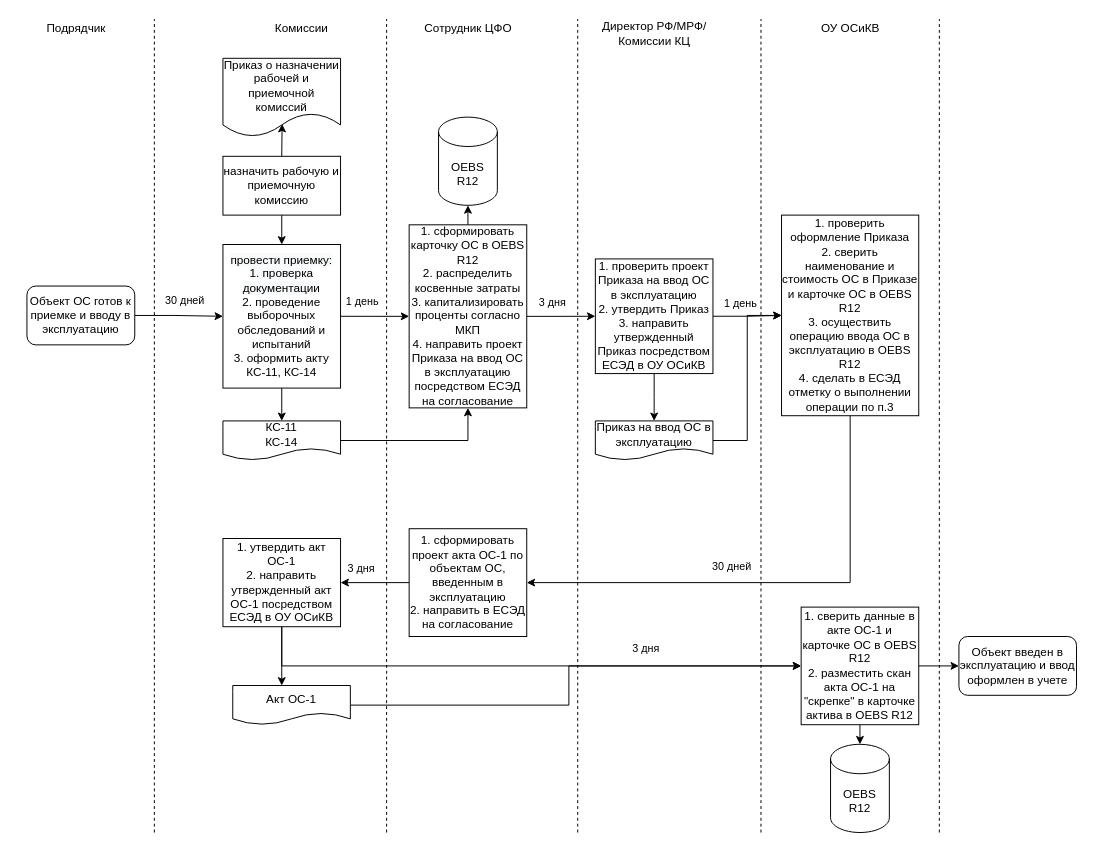
Earlier version of the draw.io diagram page "Page-1" (1 of 2) of Untitled Diagram.drawio (samanna27/test). Source tidied: cells renumbered, new cells numbered last; positions are measured from the earlier drawing's top-left corner, leaving out a move shared by most shapes. Both pictures are drawn from the tidied source at 98%, with x=0, y=0 at pixel (26, 19).
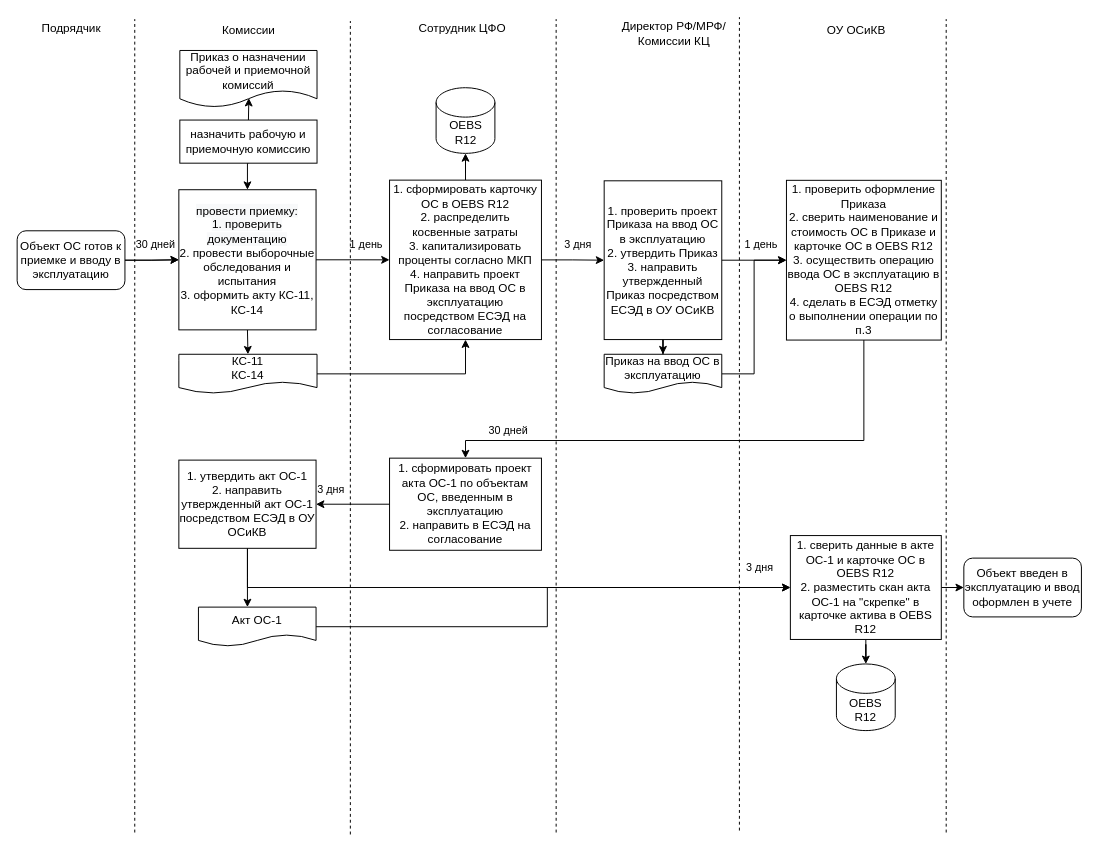
After the change.

Diff of the diagram source:
```diff
@@
+    <mxCell id="46" style="edgeStyle=orthogonalEdgeStyle;rounded=0;jettySize=auto;html=1;" parent="1" edge="1" source="3" target="8">
+      <mxGeometry relative="1" as="geometry" />
+    </mxCell>
-    <mxCell id="2" value="30 дней" style="edgeStyle=orthogonalEdgeStyle;rounded=0;jettySize=auto;html=1;entryX=0;entryY=0.5;entryDx=0;entryDy=0;exitX=1;exitY=0.5;exitDx=0;exitDy=0;" parent="1" edge="1" source="3" target="8">
-      <mxGeometry x="0.11" y="16" relative="1" as="geometry">
-        <Array as="points">
-          <mxPoint x="150" y="302" />
-        </Array>
-        <mxPoint x="1" as="offset" />
-      </mxGeometry>
+    <mxCell id="2" value="30 дней" style="edgeStyle=orthogonalEdgeStyle;rounded=0;jettySize=auto;html=1;" parent="1" edge="1" source="3" target="8">
+      <mxGeometry x="0.12" y="16" relative="1" as="geometry" />
     </mxCell>
     <mxCell id="3" value="Объект ОС готов к приемке и вводу в эксплуатацию" style="rounded=1;whiteSpace=wrap;html=1;" parent="1" vertex="1">
-      <mxGeometry y="272.4" width="110" height="60" as="geometry" />
+      <mxGeometry x="-10" y="216" width="110" height="60" as="geometry" />
     </mxCell>
@@
     <mxCell id="6" value="назначить рабочую и приемочную комиссию" style="rounded=0;whiteSpace=wrap;html=1;" parent="1" vertex="1">
-      <mxGeometry x="200" y="140" width="120" height="60" as="geometry" />
+      <mxGeometry x="156" y="103" width="140" height="44" as="geometry" />
     </mxCell>
@@
-    <mxCell id="8" value="&lt;span style=&quot;color: rgb(0 , 0 , 0) ; font-family: &amp;#34;helvetica&amp;#34; ; font-size: 12px ; font-style: normal ; font-weight: 400 ; letter-spacing: normal ; text-align: center ; text-indent: 0px ; text-transform: none ; word-spacing: 0px ; background-color: rgb(248 , 249 , 250) ; display: inline ; float: none&quot;&gt;провести приемку: &lt;br&gt;1. проверка документации&lt;br&gt;&lt;/span&gt;2. проведение выборочных обследований и испытаний&lt;br&gt;3. оформить акту КС-11, КС-14" style="rounded=0;whiteSpace=wrap;html=1;" parent="1" vertex="1">
-      <mxGeometry x="200" y="230" width="120" height="146.5" as="geometry" />
+    <mxCell id="8" value="&lt;span style=&quot;color: rgb(0 , 0 , 0) ; font-family: &amp;#34;helvetica&amp;#34; ; font-size: 12px ; font-style: normal ; font-weight: 400 ; letter-spacing: normal ; text-align: center ; text-indent: 0px ; text-transform: none ; word-spacing: 0px ; background-color: rgb(248 , 249 , 250) ; display: inline ; float: none&quot;&gt;провести приемку: &lt;br&gt;1. проверить документацию&lt;br&gt;&lt;/span&gt;2. провести выборочные обследования и испытания&lt;br&gt;3. оформить акту КС-11, КС-14" style="rounded=0;whiteSpace=wrap;html=1;" parent="1" vertex="1">
+      <mxGeometry x="155" y="174.1" width="140" height="143" as="geometry" />
     </mxCell>
     <mxCell id="9" value="Приказ о назначении рабочей и приемочной комиссий" style="shape=document;whiteSpace=wrap;html=1;boundedLbl=1;" parent="1" vertex="1">
-      <mxGeometry x="200" y="40" width="120" height="80" as="geometry" />
+      <mxGeometry x="156" y="32" width="140" height="58" as="geometry" />
     </mxCell>
@@
     <mxCell id="11" value="КС-11&lt;br&gt;КС-14" style="shape=document;whiteSpace=wrap;html=1;boundedLbl=1;" parent="1" vertex="1">
-      <mxGeometry x="200" y="410" width="120" height="40" as="geometry" />
+      <mxGeometry x="155" y="342" width="141" height="40" as="geometry" />
     </mxCell>
     <mxCell id="12" value="1 день" style="edgeStyle=orthogonalEdgeStyle;rounded=0;jettySize=auto;html=1;exitX=1;exitY=0.5;exitDx=0;exitDy=0;entryX=0;entryY=0.5;entryDx=0;entryDy=0;" parent="1" edge="1" source="8" target="15">
-      <mxGeometry x="-0.37" y="15" relative="1" as="geometry" />
+      <mxGeometry x="0.35" y="16" relative="1" as="geometry" />
     </mxCell>
-    <mxCell id="13" style="edgeStyle=orthogonalEdgeStyle;rounded=0;jettySize=auto;html=1;exitX=0.5;exitY=0;exitDx=0;exitDy=0;" parent="1" edge="1" source="15">
-      <mxGeometry relative="1" as="geometry">
-        <mxPoint x="450" y="190" as="targetPoint" />
-      </mxGeometry>
-    </mxCell>
     <mxCell id="14" value="3 дня" style="edgeStyle=orthogonalEdgeStyle;rounded=0;jettySize=auto;html=1;entryX=0;entryY=0.5;entryDx=0;entryDy=0;" parent="1" edge="1" source="15" target="19">
-      <mxGeometry x="-0.26" y="14" relative="1" as="geometry" />
+      <mxGeometry x="0.13" y="16" relative="1" as="geometry">
+        <mxPoint x="1" as="offset" />
+      </mxGeometry>
     </mxCell>
+    <mxCell id="47" style="edgeStyle=orthogonalEdgeStyle;rounded=0;jettySize=auto;html=1;entryX=0.5;entryY=1;entryDx=0;entryDy=0;entryPerimeter=0;" parent="1" edge="1" source="15" target="16">
+      <mxGeometry relative="1" as="geometry" />
+    </mxCell>
     <mxCell id="15" value="1. сформировать карточку ОС в OEBS R12&lt;br&gt;2. распределить косвенные затраты&lt;br&gt;3. капитализировать проценты согласно МКП&lt;br&gt;4. направить проект Приказа на ввод ОС в эксплуатацию посредством ЕСЭД на согласование" style="rounded=0;whiteSpace=wrap;html=1;" parent="1" vertex="1">
-      <mxGeometry x="390" y="209.9" width="120" height="186.8" as="geometry" />
+      <mxGeometry x="370" y="164.3" width="155" height="162.7" as="geometry" />
     </mxCell>
     <mxCell id="16" value="OEBS R12" style="shape=cylinder3;whiteSpace=wrap;html=1;boundedLbl=1;backgroundOutline=1;size=15;" parent="1" vertex="1">
-      <mxGeometry x="420" y="100" width="60" height="90" as="geometry" />
+      <mxGeometry x="417.5" y="70" width="60" height="67" as="geometry" />
     </mxCell>
-    <mxCell id="17" style="edgeStyle=orthogonalEdgeStyle;rounded=0;jettySize=auto;html=1;entryX=0.5;entryY=0;entryDx=0;entryDy=0;" parent="1" edge="1" source="19">
-      <mxGeometry relative="1" as="geometry">
-        <mxPoint x="640" y="410" as="targetPoint" />
-      </mxGeometry>
-    </mxCell>
     <mxCell id="18" value="1 день" style="edgeStyle=orthogonalEdgeStyle;rounded=0;jettySize=auto;html=1;entryX=0;entryY=0.5;entryDx=0;entryDy=0;" parent="1" edge="1" source="19" target="27">
-      <mxGeometry x="-0.21" y="13" relative="1" as="geometry" />
+      <mxGeometry x="0.24" y="16" relative="1" as="geometry">
+        <mxPoint x="-1" as="offset" />
+      </mxGeometry>
     </mxCell>
+    <mxCell id="48" style="edgeStyle=orthogonalEdgeStyle;rounded=0;jettySize=auto;html=1;" parent="1" edge="1" source="19" target="21">
+      <mxGeometry relative="1" as="geometry" />
+    </mxCell>
     <mxCell id="19" value="1. проверить проект Приказа на ввод ОС в эксплуатацию&lt;br&gt;2. утвердить Приказ&lt;br&gt;3. направить утвержденный Приказ посредством ЕСЭД в ОУ ОСиКВ" style="rounded=0;whiteSpace=wrap;html=1;" parent="1" vertex="1">
-      <mxGeometry x="580" y="244.7" width="120" height="117" as="geometry" />
+      <mxGeometry x="589" y="165" width="120" height="162" as="geometry" />
     </mxCell>
@@
     <mxCell id="21" value="Приказ на ввод ОС в эксплуатацию" style="shape=document;whiteSpace=wrap;html=1;boundedLbl=1;" parent="1" vertex="1">
-      <mxGeometry x="580" y="410" width="120" height="40" as="geometry" />
+      <mxGeometry x="589" y="342" width="120" height="40" as="geometry" />
     </mxCell>
     <mxCell id="22" value="Подрядчик" style="text;html=1;align=center;verticalAlign=middle;fillColor=none;strokeColor=none;rounded=0;" parent="1" vertex="1">
-      <mxGeometry x="10" width="80" height="20" as="geometry" />
+      <mxGeometry x="5" width="80" height="20" as="geometry" />
     </mxCell>
     <mxCell id="23" value="Комиссии" style="text;html=1;align=center;verticalAlign=middle;fillColor=none;strokeColor=none;rounded=0;" parent="1" vertex="1">
-      <mxGeometry x="245" width="70" height="20" as="geometry" />
+      <mxGeometry x="191" y="2" width="70" height="20" as="geometry" />
     </mxCell>
     <mxCell id="24" value="Сотрудник ЦФО" style="text;html=1;align=center;verticalAlign=middle;fillColor=none;strokeColor=none;rounded=0;" parent="1" vertex="1">
-      <mxGeometry x="400" width="100" height="20" as="geometry" />
+      <mxGeometry x="393.5" width="100" height="20" as="geometry" />
     </mxCell>
     <mxCell id="25" value="Директор РФ/МРФ/ &lt;br&gt;Комиссии КЦ" style="text;html=1;align=center;verticalAlign=middle;fillColor=none;strokeColor=none;rounded=0;" parent="1" vertex="1">
-      <mxGeometry x="580" width="120" height="30" as="geometry" />
+      <mxGeometry x="600" width="120" height="30" as="geometry" />
     </mxCell>
-    <mxCell id="26" value="30 дней" style="edgeStyle=orthogonalEdgeStyle;rounded=0;jettySize=auto;html=1;exitX=0.5;exitY=1;exitDx=0;exitDy=0;entryX=1;entryY=0.5;entryDx=0;entryDy=0;" parent="1" edge="1" source="27" target="30">
-      <mxGeometry x="0.16" y="-16" relative="1" as="geometry">
-        <mxPoint x="-1" as="offset" />
+    <mxCell id="26" value="30 дней" style="edgeStyle=orthogonalEdgeStyle;rounded=0;jettySize=auto;html=1;exitX=0.5;exitY=1;exitDx=0;exitDy=0;entryX=0.5;entryY=0;entryDx=0;entryDy=0;" parent="1" edge="1" source="27" target="30">
+      <mxGeometry x="0.77" y="-10" relative="1" as="geometry">
+        <Array as="points">
+          <mxPoint x="854" y="430" />
+          <mxPoint x="447" y="430" />
+        </Array>
       </mxGeometry>
     </mxCell>
     <mxCell id="27" value="1. проверить оформление Приказа&lt;br&gt;2. сверить наименование и стоимость ОС в Приказе и карточке ОС в OEBS R12&lt;br&gt;3. осуществить операцию ввода ОС в эксплуатацию в OEBS R12&lt;br&gt;4. сделать в ЕСЭД отметку о выполнении операции по п.3" style="rounded=0;whiteSpace=wrap;html=1;" parent="1" vertex="1">
-      <mxGeometry x="770" y="200" width="140" height="204.7" as="geometry" />
+      <mxGeometry x="775" y="164.5" width="158" height="163" as="geometry" />
     </mxCell>
     <mxCell id="28" value="ОУ ОСиКВ" style="text;html=1;align=center;verticalAlign=middle;fillColor=none;strokeColor=none;rounded=0;" parent="1" vertex="1">
-      <mxGeometry x="800" width="80" height="20" as="geometry" />
+      <mxGeometry x="806" y="2" width="80" height="20" as="geometry" />
     </mxCell>
     <mxCell id="29" value="3 дня" style="edgeStyle=orthogonalEdgeStyle;rounded=0;jettySize=auto;html=1;" parent="1" edge="1" source="30" target="33">
-      <mxGeometry x="0.43" y="-14" relative="1" as="geometry">
-        <mxPoint x="1" as="offset" />
-      </mxGeometry>
+      <mxGeometry x="0.6" y="-15" relative="1" as="geometry" />
     </mxCell>
     <mxCell id="30" value="1. сформировать проект акта ОС-1 по объектам ОС, введенным в эксплуатацию&lt;br&gt;2. направить в ЕСЭД на согласование" style="rounded=0;whiteSpace=wrap;html=1;" parent="1" vertex="1">
-      <mxGeometry x="390" y="520" width="120" height="110" as="geometry" />
+      <mxGeometry x="370" y="448" width="155" height="94" as="geometry" />
     </mxCell>
     <mxCell id="31" style="edgeStyle=orthogonalEdgeStyle;rounded=0;jettySize=auto;html=1;exitX=0.5;exitY=1;exitDx=0;exitDy=0;entryX=0.5;entryY=0;entryDx=0;entryDy=0;" parent="1" edge="1" source="33">
       <mxGeometry relative="1" as="geometry">
-        <mxPoint x="260" y="680" as="targetPoint" />
+        <mxPoint x="225" y="600" as="targetPoint" />
       </mxGeometry>
     </mxCell>
     <mxCell id="32" value="3 дня&amp;nbsp;" style="edgeStyle=orthogonalEdgeStyle;rounded=0;jettySize=auto;html=1;entryX=0;entryY=0.5;entryDx=0;entryDy=0;exitX=0.5;exitY=1;exitDx=0;exitDy=0;exitPerimeter=0;" parent="1" edge="1" source="33" target="38">
-      <mxGeometry x="0.45" y="18" relative="1" as="geometry" />
+      <mxGeometry x="0.9" y="20" relative="1" as="geometry" />
     </mxCell>
     <mxCell id="33" value="1. утвердить акт ОС-1&lt;br&gt;2. направить утвержденный акт ОС-1 посредством ЕСЭД в ОУ ОСиКВ" style="rounded=0;whiteSpace=wrap;html=1;" parent="1" vertex="1">
-      <mxGeometry x="200" y="530" width="120" height="90" as="geometry" />
+      <mxGeometry x="155" y="450" width="140" height="90" as="geometry" />
     </mxCell>
     <mxCell id="34" style="edgeStyle=orthogonalEdgeStyle;rounded=0;jettySize=auto;html=1;entryX=0;entryY=0.5;entryDx=0;entryDy=0;" parent="1" edge="1" source="35" target="38">
       <mxGeometry relative="1" as="geometry">
         <Array as="points">
-          <mxPoint x="553" y="700" />
-          <mxPoint x="553" y="660" />
+          <mxPoint x="531" y="620" />
+          <mxPoint x="531" y="580" />
         </Array>
       </mxGeometry>
     </mxCell>
     <mxCell id="35" value="Акт ОС-1" style="shape=document;whiteSpace=wrap;html=1;boundedLbl=1;" parent="1" vertex="1">
-      <mxGeometry x="210" y="680" width="120" height="40" as="geometry" />
+      <mxGeometry x="175" y="600" width="120" height="40" as="geometry" />
     </mxCell>
-    <mxCell id="36" style="edgeStyle=orthogonalEdgeStyle;rounded=0;jettySize=auto;html=1;entryX=0.5;entryY=0;entryDx=0;entryDy=0;entryPerimeter=0;" parent="1" edge="1" source="38">
-      <mxGeometry relative="1" as="geometry">
-        <mxPoint x="850" y="740" as="targetPoint" />
-      </mxGeometry>
-    </mxCell>
@@
+    <mxCell id="49" style="edgeStyle=orthogonalEdgeStyle;rounded=0;jettySize=auto;html=1;" parent="1" edge="1" source="38" target="39">
+      <mxGeometry relative="1" as="geometry" />
+    </mxCell>
     <mxCell id="38" value="1. сверить данные в акте ОС-1 и карточке ОС в OEBS R12&lt;br&gt;2. разместить скан акта ОС-1 на &quot;скрепке&quot; в карточке актива в OEBS R12" style="rounded=0;whiteSpace=wrap;html=1;" parent="1" vertex="1">
-      <mxGeometry x="790" y="600" width="120" height="120" as="geometry" />
+      <mxGeometry x="779" y="527" width="154" height="106" as="geometry" />
     </mxCell>
     <mxCell id="39" value="OEBS R12" style="shape=cylinder3;whiteSpace=wrap;html=1;boundedLbl=1;backgroundOutline=1;size=15;" parent="1" vertex="1">
-      <mxGeometry x="820" y="740" width="60" height="90" as="geometry" />
+      <mxGeometry x="826" y="658" width="60" height="68" as="geometry" />
     </mxCell>
     <mxCell id="40" style="endArrow=none;dashed=1;html=1;" parent="1" edge="1">
       <mxGeometry relative="1" as="geometry">
-        <mxPoint x="130" y="830" as="sourcePoint" />
-        <mxPoint x="130" as="targetPoint" />
+        <mxPoint x="110" y="830" as="sourcePoint" />
+        <mxPoint x="110" as="targetPoint" />
       </mxGeometry>
     </mxCell>
     <mxCell id="41" style="endArrow=none;dashed=1;html=1;" parent="1" edge="1">
       <mxGeometry relative="1" as="geometry">
-        <mxPoint x="367" y="830" as="sourcePoint" />
-        <mxPoint x="367" as="targetPoint" />
+        <mxPoint x="330" y="832" as="sourcePoint" />
+        <mxPoint x="330" y="2" as="targetPoint" />
       </mxGeometry>
     </mxCell>
     <mxCell id="42" style="endArrow=none;dashed=1;html=1;" parent="1" edge="1">
       <mxGeometry relative="1" as="geometry">
-        <mxPoint x="562" y="830" as="sourcePoint" />
-        <mxPoint x="562" as="targetPoint" />
+        <mxPoint x="540" y="830" as="sourcePoint" />
+        <mxPoint x="540" as="targetPoint" />
       </mxGeometry>
     </mxCell>
     <mxCell id="43" style="endArrow=none;dashed=1;html=1;" parent="1" edge="1">
       <mxGeometry relative="1" as="geometry">
-        <mxPoint x="749" y="830" as="sourcePoint" />
-        <mxPoint x="749" as="targetPoint" />
+        <mxPoint x="727" y="828" as="sourcePoint" />
+        <mxPoint x="727" y="-2" as="targetPoint" />
       </mxGeometry>
     </mxCell>
     <mxCell id="44" value="Объект введен в эксплуатацию и ввод оформлен в учете" style="rounded=1;whiteSpace=wrap;html=1;" parent="1" vertex="1">
-      <mxGeometry x="951" y="630" width="120" height="60" as="geometry" />
+      <mxGeometry x="956" y="550" width="120" height="60" as="geometry" />
     </mxCell>
     <mxCell id="45" style="endArrow=none;dashed=1;html=1;" parent="1" edge="1">
       <mxGeometry relative="1" as="geometry">
-        <mxPoint x="931" y="830" as="sourcePoint" />
-        <mxPoint x="931" as="targetPoint" />
+        <mxPoint x="938" y="830" as="sourcePoint" />
+        <mxPoint x="938" as="targetPoint" />
       </mxGeometry>
     </mxCell>
```
